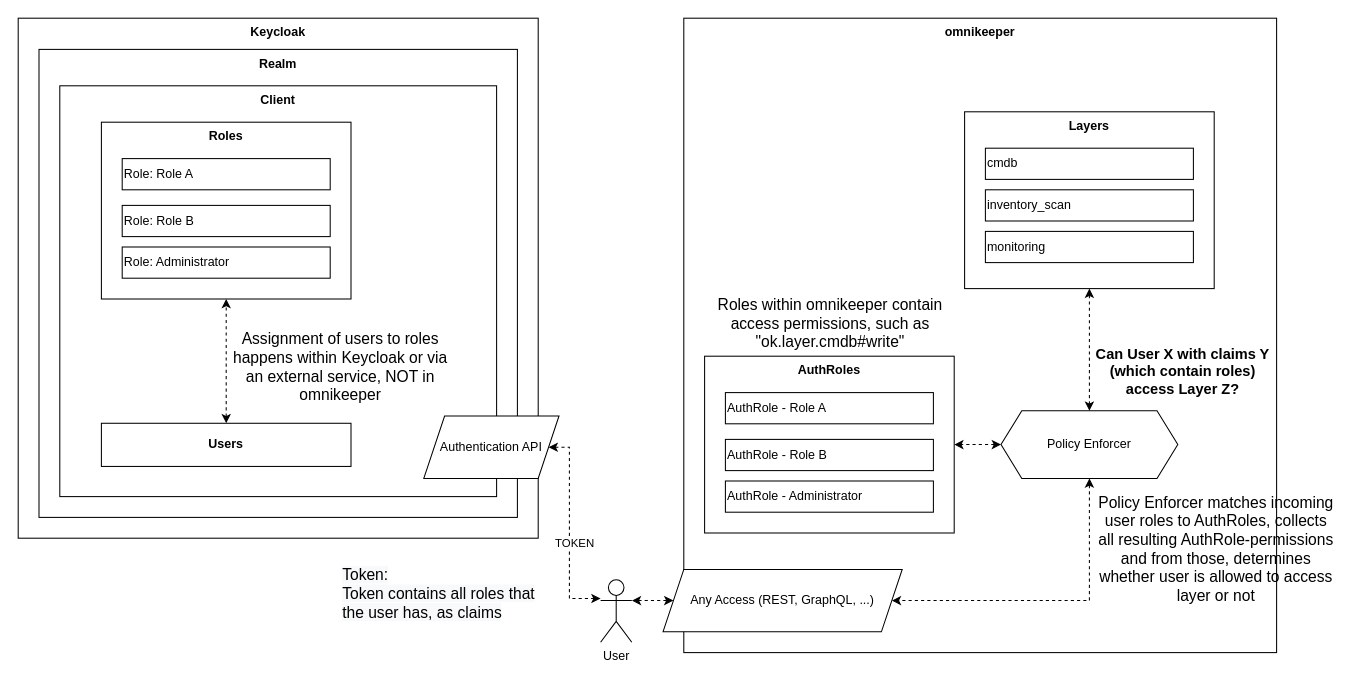
Earlier version of the draw.io diagram docs/source/authorization/authz-overview.drawio (max-bytes/omnikeeper). Source tidied: cells renumbered, new cells numbered last; positions are measured from the earlier drawing's top-left corner, leaving out a move shared by most shapes. Both pictures are drawn from the tidied source at 104%, with x=0, y=0 at pixel (18, 18).
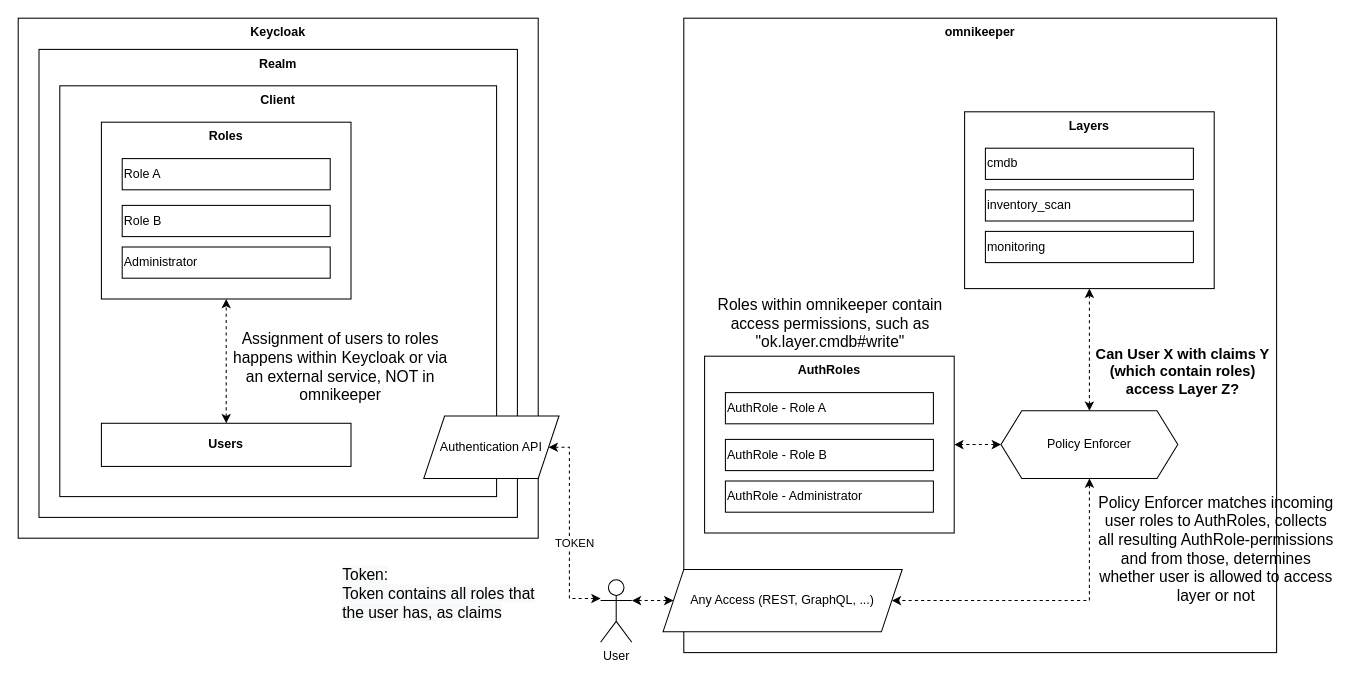
After the change.

Commit message (it also covers changes not shown here):
Improved documentation for authz

Unchanged cells that the change refers to:
```xml
<mxCell id="28" style="group;" parent="1" vertex="1">
  <mxGeometry x="80" y="100" width="240" height="170" as="geometry" />
</mxCell>
```

The edit, as a diff of the source:
```diff
@@
-    <mxCell id="30" value="Role: Role A" style="rounded=0;whiteSpace=wrap;html=1;align=left;" parent="28" vertex="1">
+    <mxCell id="30" value="Role A" style="rounded=0;whiteSpace=wrap;html=1;align=left;" parent="28" vertex="1">
       <mxGeometry x="20" y="35" width="200" height="30" as="geometry" />
     </mxCell>
-    <mxCell id="31" value="Role: Role B" style="rounded=0;whiteSpace=wrap;html=1;align=left;" parent="28" vertex="1">
+    <mxCell id="31" value="Role B" style="rounded=0;whiteSpace=wrap;html=1;align=left;" parent="28" vertex="1">
       <mxGeometry x="20" y="80" width="200" height="30" as="geometry" />
     </mxCell>
-    <mxCell id="32" value="Role: Administrator" style="rounded=0;whiteSpace=wrap;html=1;align=left;" parent="28" vertex="1">
+    <mxCell id="32" value="Administrator" style="rounded=0;whiteSpace=wrap;html=1;align=left;" parent="28" vertex="1">
       <mxGeometry x="20" y="120" width="200" height="30" as="geometry" />
     </mxCell>
```
